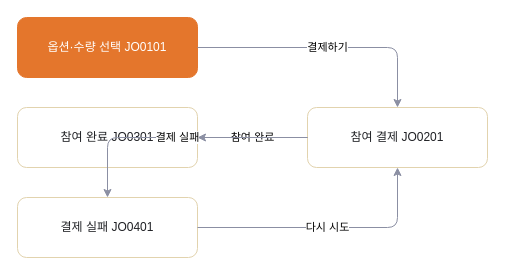
Before: page "JO 참여·결제" (4 of 10) of 판매용_템플릿/_판매팩/공동구매_플러스/05_FLOW_흐름도.drawio in hyunplanb-cyber/ia-generation-platform, a draw.io diagram. Source tidied: cells renumbered, new cells numbered last; positions are measured from the earlier drawing's top-left corner, leaving out a move shared by most shapes. Both pictures are drawn from the tidied source at 100%, with x=0, y=0 at pixel (17, 17).
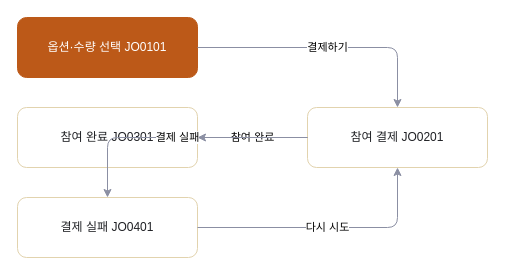
After the change.

Diff of the diagram source:
```diff
@@
 <mxGraphModel>
   <root>
     <mxCell id="0" />
     <mxCell id="1" parent="0" />
-    <mxCell id="2" value="옵션·수량 선택 JO0101" style="rounded=1;whiteSpace=wrap;html=1;fillColor=#E4762C;strokeColor=#E4762C;fontColor=#FFFFFF;" parent="1" vertex="1">
+    <mxCell id="2" value="옵션·수량 선택 JO0101" style="rounded=1;whiteSpace=wrap;html=1;fillColor=#BC5918;strokeColor=#BC5918;fontColor=#FFFFFF;" parent="1" vertex="1">
       <mxGeometry width="180" height="60" as="geometry" />
     </mxCell>
     <mxCell id="3" value="참여 결제 JO0201" style="rounded=1;whiteSpace=wrap;html=1;fillColor=#FFFFFF;strokeColor=#E2D3AE;fontColor=#1F2024;" parent="1" vertex="1">
       <mxGeometry x="290" y="90" width="180" height="60" as="geometry" />
     </mxCell>
     <mxCell id="4" value="참여 완료 JO0301" style="rounded=1;whiteSpace=wrap;html=1;fillColor=#FFFFFF;strokeColor=#E2D3AE;fontColor=#1F2024;" parent="1" vertex="1">
       <mxGeometry y="90" width="180" height="60" as="geometry" />
     </mxCell>
     <mxCell id="5" value="결제 실패 JO0401" style="rounded=1;whiteSpace=wrap;html=1;fillColor=#FFFFFF;strokeColor=#E2D3AE;fontColor=#1F2024;" parent="1" vertex="1">
       <mxGeometry y="180" width="180" height="60" as="geometry" />
     </mxCell>
     <mxCell id="6" value="결제하기" style="edgeStyle=orthogonalEdgeStyle;rounded=1;html=1;strokeColor=#8B8FA3;" parent="1" edge="1" source="2" target="3">
       <mxGeometry relative="1" as="geometry" />
     </mxCell>
     <mxCell id="7" value="참여 완료" style="edgeStyle=orthogonalEdgeStyle;rounded=1;html=1;strokeColor=#8B8FA3;" parent="1" edge="1" source="3" target="4">
       <mxGeometry relative="1" as="geometry" />
     </mxCell>
     <mxCell id="8" value="결제 실패" style="edgeStyle=orthogonalEdgeStyle;rounded=1;html=1;strokeColor=#8B8FA3;" parent="1" edge="1" source="3" target="5">
       <mxGeometry relative="1" as="geometry" />
     </mxCell>
     <mxCell id="9" value="다시 시도" style="edgeStyle=orthogonalEdgeStyle;rounded=1;html=1;strokeColor=#8B8FA3;" parent="1" edge="1" source="5" target="3">
       <mxGeometry relative="1" as="geometry" />
     </mxCell>
   </root>
 </mxGraphModel>
```
